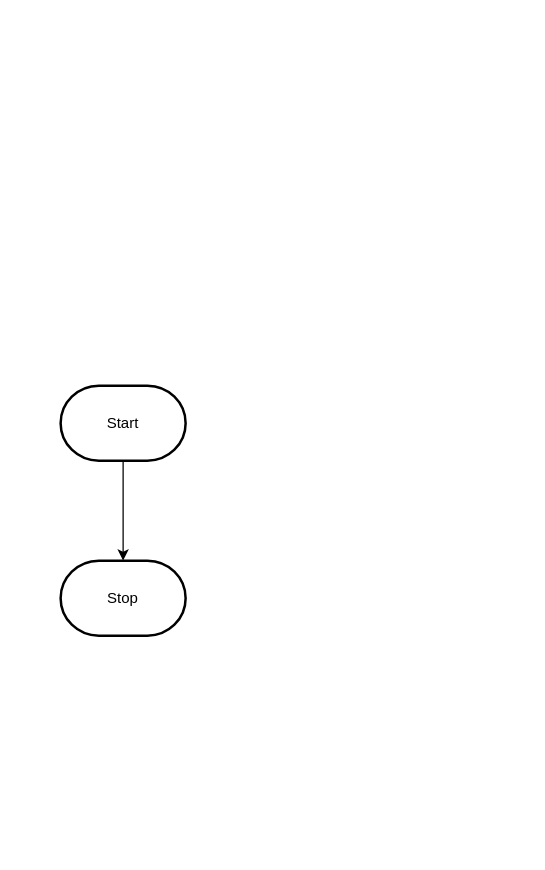
This is design/flowchart.drawio from MTHS-ICS2O-2-2022/ICS2O-Unit-6-02-charlotte-jhu, a draw.io file, before an edit. Source tidied: cells renumbered, new cells numbered last; positions are measured from the earlier drawing's top-left corner, leaving out a move shared by most shapes. Both pictures are drawn from the tidied source at 125%, with x=0, y=0 at pixel (60, 385).
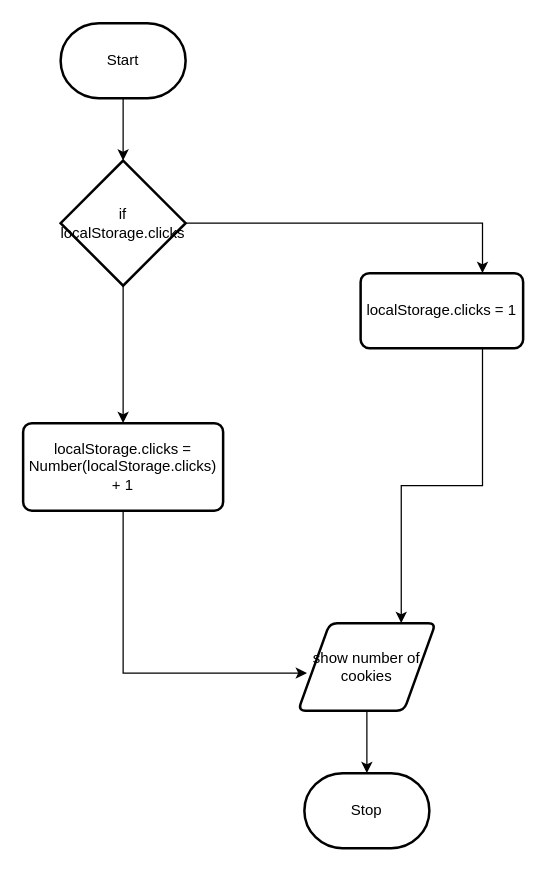
The same page after the edit.

Change to the diagram source:
```diff
@@
 <mxGraphModel>
   <root>
     <mxCell id="0" />
     <mxCell id="1" parent="0" />
-    <mxCell id="2" style="edgeStyle=orthogonalEdgeStyle;html=1;rounded=0;" parent="1" edge="1" source="3" target="4">
-      <mxGeometry relative="1" as="geometry" />
-    </mxCell>
+    <mxCell id="5" style="edgeStyle=none;html=1;exitX=0.5;exitY=1;exitDx=0;exitDy=0;exitPerimeter=0;entryX=0.5;entryY=0;entryDx=0;entryDy=0;entryPerimeter=0;" parent="1" edge="1" source="3" target="2">
+      <mxGeometry relative="1" as="geometry" />
+    </mxCell>
     <mxCell id="3" value="Start" style="strokeWidth=2;html=1;shape=mxgraph.flowchart.terminator;whiteSpace=wrap;" parent="1" vertex="1">
-      <mxGeometry width="100" height="60" as="geometry" />
+      <mxGeometry y="-290" width="100" height="60" as="geometry" />
     </mxCell>
     <mxCell id="4" value="Stop" style="strokeWidth=2;html=1;shape=mxgraph.flowchart.terminator;whiteSpace=wrap;" parent="1" vertex="1">
-      <mxGeometry y="140" width="100" height="60" as="geometry" />
+      <mxGeometry x="195" y="310" width="100" height="60" as="geometry" />
     </mxCell>
+    <mxCell id="6" style="edgeStyle=none;html=1;exitX=0.5;exitY=1;exitDx=0;exitDy=0;exitPerimeter=0;" parent="1" edge="1" source="2" target="9">
+      <mxGeometry relative="1" as="geometry" />
+    </mxCell>
+    <mxCell id="7" style="edgeStyle=orthogonalEdgeStyle;html=1;exitX=1;exitY=0.5;exitDx=0;exitDy=0;exitPerimeter=0;rounded=0;entryX=0.75;entryY=0;entryDx=0;entryDy=0;" parent="1" edge="1" source="2" target="11">
+      <mxGeometry relative="1" as="geometry" />
+    </mxCell>
+    <mxCell id="2" value="if&lt;br&gt;localStorage.clicks" style="strokeWidth=2;html=1;shape=mxgraph.flowchart.decision;whiteSpace=wrap;" parent="1" vertex="1">
+      <mxGeometry y="-180" width="100" height="100" as="geometry" />
+    </mxCell>
+    <mxCell id="8" style="edgeStyle=orthogonalEdgeStyle;rounded=0;html=1;exitX=0.5;exitY=1;exitDx=0;exitDy=0;entryX=0.064;entryY=0.571;entryDx=0;entryDy=0;entryPerimeter=0;" parent="1" edge="1" source="9" target="13">
+      <mxGeometry relative="1" as="geometry">
+        <Array as="points">
+          <mxPoint x="50" y="230" />
+        </Array>
+      </mxGeometry>
+    </mxCell>
+    <mxCell id="9" value="localStorage.clicks = Number(localStorage.clicks) + 1" style="rounded=1;whiteSpace=wrap;html=1;absoluteArcSize=1;arcSize=14;strokeWidth=2;" parent="1" vertex="1">
+      <mxGeometry x="-30" y="30" width="160" height="70" as="geometry" />
+    </mxCell>
+    <mxCell id="10" style="edgeStyle=orthogonalEdgeStyle;rounded=0;html=1;exitX=0.75;exitY=1;exitDx=0;exitDy=0;entryX=0.75;entryY=0;entryDx=0;entryDy=0;" parent="1" edge="1" source="11" target="13">
+      <mxGeometry relative="1" as="geometry" />
+    </mxCell>
+    <mxCell id="11" value="localStorage.clicks = 1" style="rounded=1;whiteSpace=wrap;html=1;absoluteArcSize=1;arcSize=14;strokeWidth=2;" parent="1" vertex="1">
+      <mxGeometry x="240" y="-90" width="130" height="60" as="geometry" />
+    </mxCell>
+    <mxCell id="12" style="edgeStyle=orthogonalEdgeStyle;rounded=0;html=1;exitX=0.5;exitY=1;exitDx=0;exitDy=0;" parent="1" edge="1" source="13" target="4">
+      <mxGeometry relative="1" as="geometry" />
+    </mxCell>
+    <mxCell id="13" value="show number of cookies" style="shape=parallelogram;html=1;strokeWidth=2;perimeter=parallelogramPerimeter;whiteSpace=wrap;rounded=1;arcSize=12;size=0.23;" parent="1" vertex="1">
+      <mxGeometry x="190" y="190" width="110" height="70" as="geometry" />
+    </mxCell>
   </root>
 </mxGraphModel>
```
